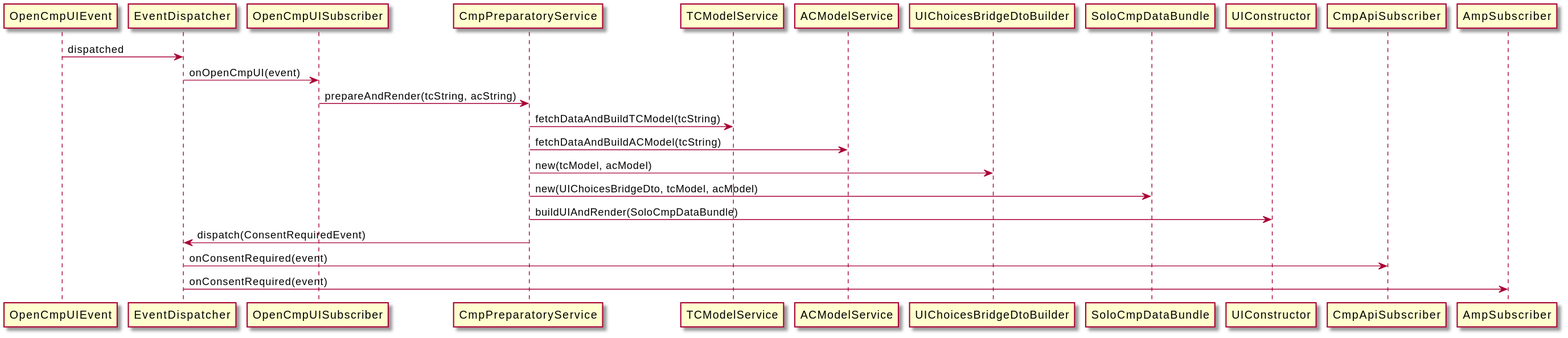
pubtech-ai/solo-cmp keeps this PlantUML diagram as doc/sequence-diagrams/img/open-cmp-ui-event-flow.svg. Above is the earlier version.
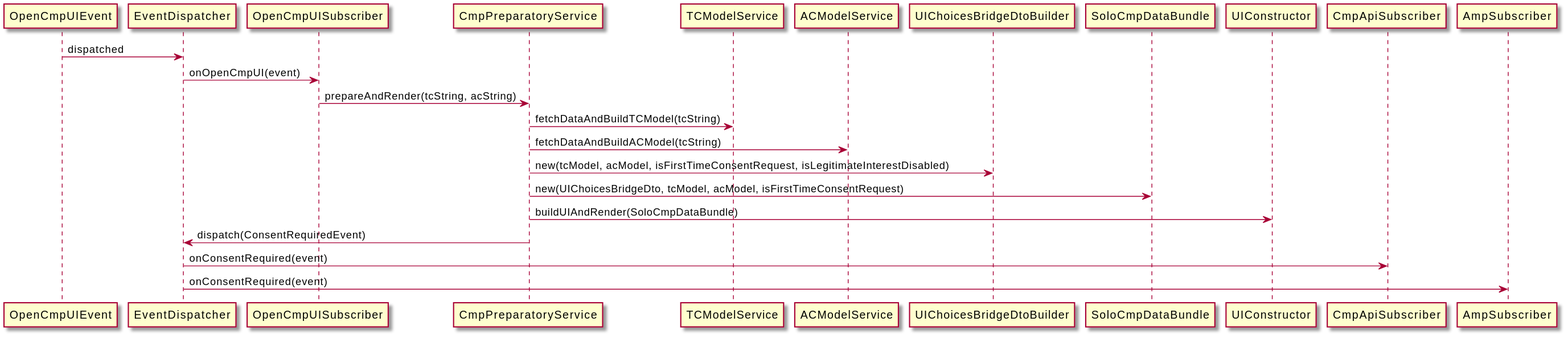
After the commit.

What changed in the source:
```diff
@@ -4,8 +4,8 @@
 OpenCmpUISubscriber -> CmpPreparatoryService : prepareAndRender(tcString, acString)
 CmpPreparatoryService -> TCModelService : fetchDataAndBuildTCModel(tcString)
 CmpPreparatoryService -> ACModelService : fetchDataAndBuildACModel(tcString)
-CmpPreparatoryService -> UIChoicesBridgeDtoBuilder : new(tcModel, acModel)
-CmpPreparatoryService -> SoloCmpDataBundle : new(UIChoicesBridgeDto, tcModel, acModel)
+CmpPreparatoryService -> UIChoicesBridgeDtoBuilder : new(tcModel, acModel, isFirstTimeConsentRequest, isLegitimateInterestDisabled)
+CmpPreparatoryService -> SoloCmpDataBundle : new(UIChoicesBridgeDto, tcModel, acModel, isFirstTimeConsentRequest)
 CmpPreparatoryService -> UIConstructor : buildUIAndRender(SoloCmpDataBundle)
 CmpPreparatoryService -> EventDispatcher : dispatch(ConsentRequiredEvent)
 EventDispatcher -> CmpApiSubscriber : onConsentRequired(event)
```
